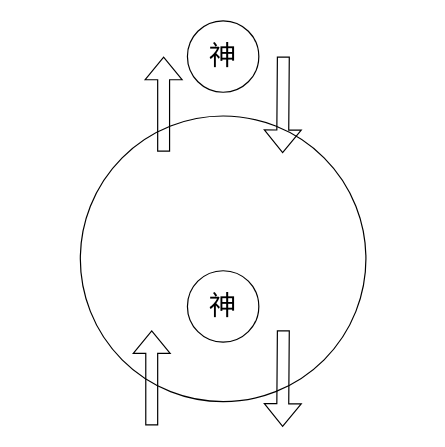
The draw.io diagram 易医玄门基础理论/阴阳/动静阴阳图.drawio in 328507133/chart, before the edit. Source tidied: cells renumbered, new cells numbered last; positions are measured from the earlier drawing's top-left corner, leaving out a move shared by most shapes. Both pictures are drawn from the tidied source at 119%, with x=0, y=0 at pixel (80, 20).
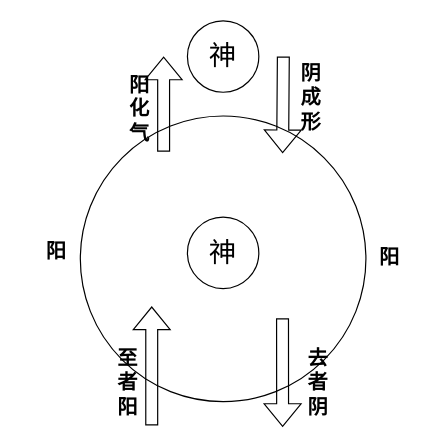
The same page after the edit.

Commit message (it also covers changes not shown here):
更新动静阴阳图.drawio

Change to the diagram source:
```diff
@@
 <mxGraphModel>
   <root>
     <mxCell id="0" />
     <mxCell id="1" parent="0" />
     <mxCell id="2" style="ellipse;whiteSpace=wrap;html=1;" parent="1" vertex="1">
       <mxGeometry y="80" width="240" height="240" as="geometry" />
     </mxCell>
     <mxCell id="3" value="神" style="ellipse;whiteSpace=wrap;html=1;fontSize=23;" parent="1" vertex="1">
-      <mxGeometry x="90" y="210" width="60" height="60" as="geometry" />
+      <mxGeometry x="90" y="165" width="60" height="60" as="geometry" />
     </mxCell>
     <mxCell id="4" value="神" style="ellipse;whiteSpace=wrap;html=1;fontSize=23;" parent="1" vertex="1">
       <mxGeometry x="90" width="60" height="60" as="geometry" />
     </mxCell>
     <mxCell id="5" style="shape=flexArrow;endArrow=classic;html=1;rounded=0;entryX=0.76;entryY=0.047;entryDx=0;entryDy=0;entryPerimeter=0;" parent="1" edge="1">
       <mxGeometry relative="1" as="geometry">
         <mxPoint x="170.6" y="30" as="sourcePoint" />
         <mxPoint x="170" y="111.3" as="targetPoint" />
       </mxGeometry>
     </mxCell>
     <mxCell id="6" style="shape=flexArrow;endArrow=classic;html=1;rounded=0;" parent="1" edge="1">
       <mxGeometry relative="1" as="geometry">
         <mxPoint x="70" y="110" as="sourcePoint" />
         <mxPoint x="70" y="30" as="targetPoint" />
       </mxGeometry>
     </mxCell>
     <mxCell id="7" style="shape=flexArrow;endArrow=classic;html=1;rounded=0;" parent="1" edge="1">
       <mxGeometry relative="1" as="geometry">
         <mxPoint x="60" y="340" as="sourcePoint" />
-        <mxPoint x="60" y="260" as="targetPoint" />
+        <mxPoint x="60" y="240" as="targetPoint" />
         <Array as="points">
           <mxPoint x="60" y="340" />
         </Array>
       </mxGeometry>
     </mxCell>
-    <mxCell id="8" style="shape=flexArrow;endArrow=classic;html=1;rounded=0;entryX=0.76;entryY=0.047;entryDx=0;entryDy=0;entryPerimeter=0;" parent="1" edge="1">
+    <mxCell id="8" style="shape=flexArrow;endArrow=classic;html=1;rounded=0;entryX=0.76;entryY=0.047;entryDx=0;entryDy=0;entryPerimeter=0;exitX=0.708;exitY=0.708;exitDx=0;exitDy=0;exitPerimeter=0;" parent="1" edge="1" source="2">
       <mxGeometry relative="1" as="geometry">
-        <mxPoint x="170.6" y="260" as="sourcePoint" />
         <mxPoint x="170" y="341.3" as="targetPoint" />
       </mxGeometry>
     </mxCell>
+    <mxCell id="9" value="至者阳" style="text;html=1;align=center;verticalAlign=middle;whiteSpace=wrap;rounded=0;fontSize=17;fontStyle=1;" parent="1" vertex="1">
+      <mxGeometry x="30" y="290" width="20" height="30" as="geometry" />
+    </mxCell>
+    <mxCell id="10" value="去者阴" style="text;html=1;align=center;verticalAlign=middle;whiteSpace=wrap;rounded=0;fontSize=17;fontStyle=1;" parent="1" vertex="1">
+      <mxGeometry x="190" y="290" width="20" height="30" as="geometry" />
+    </mxCell>
+    <mxCell id="11" value="阳" style="text;html=1;align=center;verticalAlign=middle;whiteSpace=wrap;rounded=0;fontSize=17;fontStyle=1;" parent="1" vertex="1">
+      <mxGeometry x="-50" y="180" width="60" height="30" as="geometry" />
+    </mxCell>
+    <mxCell id="12" value="阳" style="text;html=1;align=center;verticalAlign=middle;whiteSpace=wrap;rounded=0;fontSize=17;fontStyle=1;" parent="1" vertex="1">
+      <mxGeometry x="230" y="185" width="60" height="30" as="geometry" />
+    </mxCell>
+    <mxCell id="13" value="阳化气" style="text;html=1;align=center;verticalAlign=middle;whiteSpace=wrap;rounded=0;fontSize=17;fontStyle=1;" parent="1" vertex="1">
+      <mxGeometry x="40" y="60" width="20" height="30" as="geometry" />
+    </mxCell>
+    <mxCell id="14" value="阴成形" style="text;html=1;align=center;verticalAlign=middle;whiteSpace=wrap;rounded=0;fontSize=17;fontStyle=1;" parent="1" vertex="1">
+      <mxGeometry x="183.5" y="50" width="20" height="30" as="geometry" />
+    </mxCell>
   </root>
 </mxGraphModel>
```
